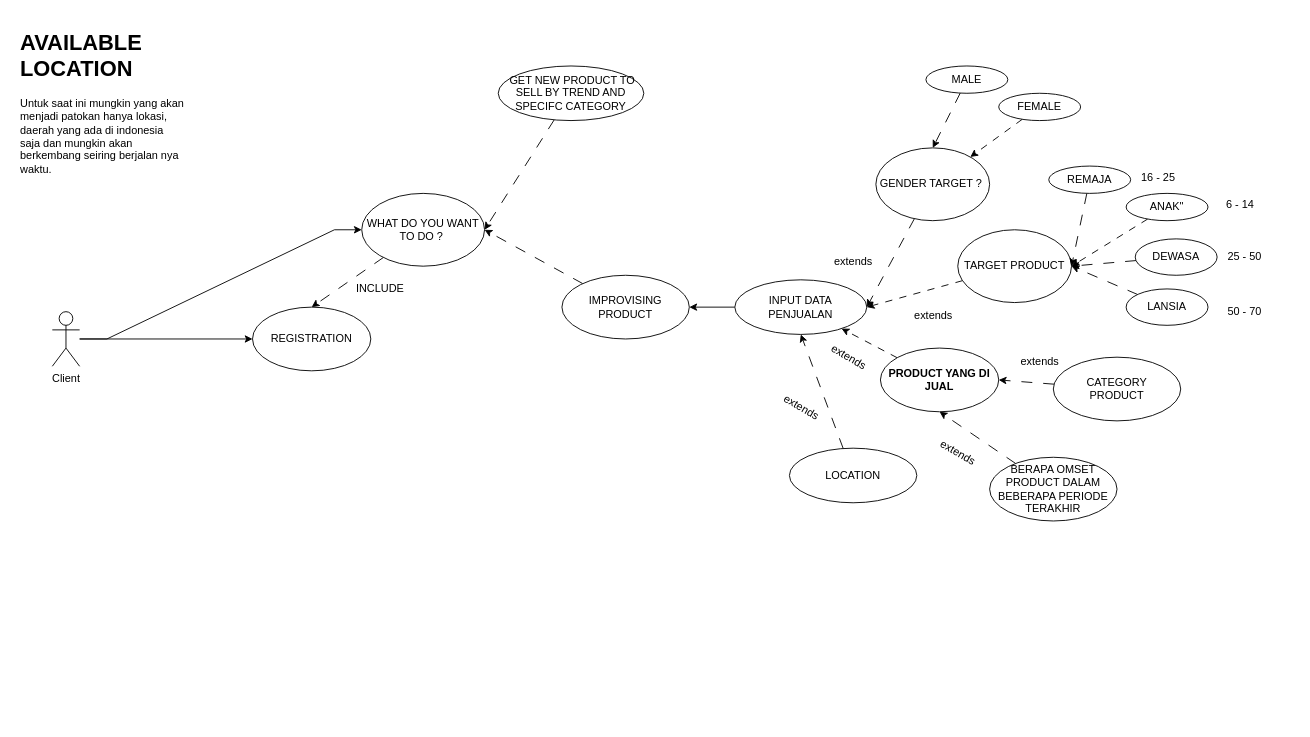
Earlier version of the draw.io diagram chart-drawIo/HACKER_SUBSMISSION_USECASE_SEQUENCE.drawio (azzaky9/hackfest-2024-web-app). Source tidied: cells renumbered, new cells numbered last; positions are measured from the earlier drawing's top-left corner, leaving out a move shared by most shapes. Both pictures are drawn from the tidied source at 91%, with x=0, y=0 at pixel (15, 25).
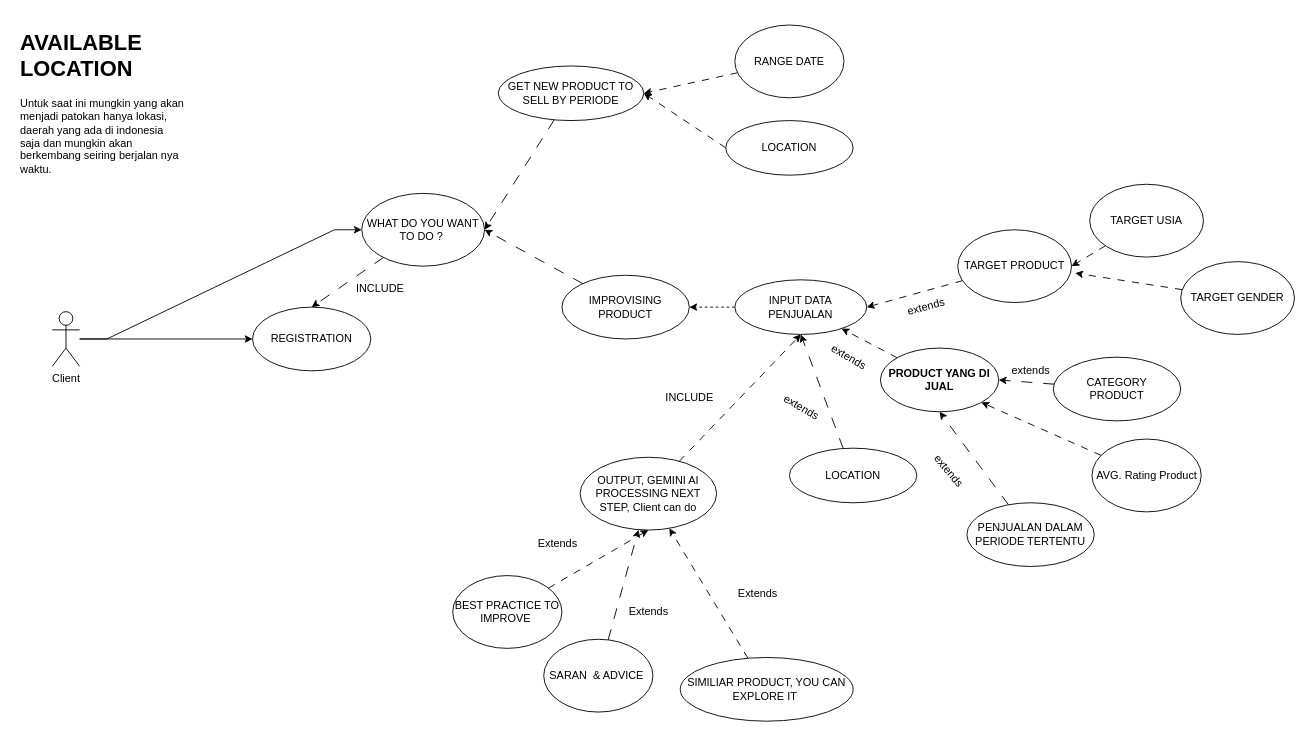
The same page after the edit.

The change refers to these unchanged cells:
```xml
<mxCell id="7" value="INPUT DATA &lt;br&gt;PENJUALAN" style="ellipse;whiteSpace=wrap;html=1;" parent="1" vertex="1">
  <mxGeometry x="790" y="280" width="145" height="60" as="geometry" />
</mxCell>
<mxCell id="9" value="&lt;b&gt;PRODUCT YANG DI JUAL&lt;/b&gt;" style="ellipse;whiteSpace=wrap;html=1;" parent="1" vertex="1">
  <mxGeometry x="950" y="355" width="130" height="70" as="geometry" />
</mxCell>
<mxCell id="17" value="IMPROVISING PRODUCT" style="ellipse;whiteSpace=wrap;html=1;" parent="1" vertex="1">
  <mxGeometry x="600" y="275" width="140" height="70" as="geometry" />
</mxCell>
<mxCell id="26" value="TARGET PRODUCT" style="ellipse;whiteSpace=wrap;html=1;" parent="1" vertex="1">
  <mxGeometry x="1035" y="225" width="125" height="80" as="geometry" />
</mxCell>
```

The edit, as a diff of the source:
```diff
@@
-    <mxCell id="6" style="edgeStyle=orthogonalEdgeStyle;rounded=0;jettySize=auto;html=1;" parent="1" edge="1" source="7" target="17">
+    <mxCell id="6" style="edgeStyle=orthogonalEdgeStyle;rounded=0;jettySize=auto;html=1;dashed=1;" parent="1" edge="1" source="7" target="17">
       <mxGeometry relative="1" as="geometry" />
     </mxCell>
@@
     <mxCell id="10" value="extends" style="text;html=1;align=center;verticalAlign=middle;strokeColor=none;fillColor=none;rotation=0;" parent="1" vertex="1">
-      <mxGeometry x="1090" y="355" width="70" height="30" as="geometry" />
+      <mxGeometry x="1080" y="365" width="70" height="30" as="geometry" />
     </mxCell>
@@
-    <mxCell id="20" value="&amp;nbsp;GET NEW PRODUCT TO SELL BY TREND AND SPECIFC CATEGORY" style="ellipse;whiteSpace=wrap;html=1;" parent="1" vertex="1">
+    <mxCell id="20" value="GET NEW PRODUCT TO SELL BY PERIODE" style="ellipse;whiteSpace=wrap;html=1;" parent="1" vertex="1">
       <mxGeometry x="530" y="45" width="160" height="60" as="geometry" />
     </mxCell>
@@
-    <mxCell id="23" value="BERAPA OMSET PRODUCT DALAM BEBERAPA PERIODE TERAKHIR" style="ellipse;whiteSpace=wrap;html=1;" parent="1" vertex="1">
-      <mxGeometry x="1070" y="475" width="140" height="70" as="geometry" />
+    <mxCell id="23" value="PENJUALAN DALAM PERIODE TERTENTU" style="ellipse;whiteSpace=wrap;html=1;" parent="1" vertex="1">
+      <mxGeometry x="1045" y="525" width="140" height="70" as="geometry" />
     </mxCell>
-    <mxCell id="24" value="extends" style="text;html=1;align=center;verticalAlign=middle;strokeColor=none;fillColor=none;rotation=30;" parent="1" vertex="1">
-      <mxGeometry x="1000" y="455" width="70" height="30" as="geometry" />
+    <mxCell id="24" value="extends" style="text;html=1;align=center;verticalAlign=middle;strokeColor=none;fillColor=none;rotation=50;" parent="1" vertex="1">
+      <mxGeometry x="990" y="475" width="70" height="30" as="geometry" />
     </mxCell>
@@
-    <mxCell id="27" style="rounded=0;jettySize=auto;html=1;entryX=1;entryY=0.5;entryDx=0;entryDy=0;dashed=1;dashPattern=8 8;" parent="1" edge="1" source="28" target="26">
-      <mxGeometry relative="1" as="geometry" />
-    </mxCell>
-    <mxCell id="28" value="ANAK&quot;" style="ellipse;whiteSpace=wrap;html=1;" parent="1" vertex="1">
-      <mxGeometry x="1220" y="185" width="90" height="30" as="geometry" />
-    </mxCell>
-    <mxCell id="29" style="rounded=0;jettySize=auto;html=1;entryX=1;entryY=0.5;entryDx=0;entryDy=0;dashed=1;dashPattern=12 12;" parent="1" edge="1" source="30" target="26">
-      <mxGeometry relative="1" as="geometry" />
-    </mxCell>
-    <mxCell id="30" value="DEWASA" style="ellipse;whiteSpace=wrap;html=1;" parent="1" vertex="1">
-      <mxGeometry x="1230" y="235" width="90" height="40" as="geometry" />
-    </mxCell>
-    <mxCell id="31" style="rounded=0;jettySize=auto;html=1;entryX=1;entryY=0.5;entryDx=0;entryDy=0;dashed=1;dashPattern=12 12;" parent="1" edge="1" source="32" target="26">
-      <mxGeometry relative="1" as="geometry" />
-    </mxCell>
-    <mxCell id="32" value="LANSIA" style="ellipse;whiteSpace=wrap;html=1;" parent="1" vertex="1">
-      <mxGeometry x="1220" y="290" width="90" height="40" as="geometry" />
-    </mxCell>
-    <mxCell id="33" value="6 - 14" style="text;html=1;align=center;verticalAlign=middle;strokeColor=none;fillColor=none;" parent="1" vertex="1">
-      <mxGeometry x="1320" y="183" width="50" height="30" as="geometry" />
-    </mxCell>
-    <mxCell id="34" value="25 - 50" style="text;html=1;align=center;verticalAlign=middle;strokeColor=none;fillColor=none;" parent="1" vertex="1">
-      <mxGeometry x="1320" y="240" width="60" height="30" as="geometry" />
-    </mxCell>
-    <mxCell id="35" value="50 - 70" style="text;html=1;align=center;verticalAlign=middle;strokeColor=none;fillColor=none;" parent="1" vertex="1">
-      <mxGeometry x="1320" y="300" width="60" height="30" as="geometry" />
-    </mxCell>
-    <mxCell id="36" style="rounded=0;jettySize=auto;html=1;entryX=1;entryY=0.5;entryDx=0;entryDy=0;dashed=1;dashPattern=12 12;" parent="1" edge="1" source="37" target="26">
-      <mxGeometry relative="1" as="geometry" />
-    </mxCell>
-    <mxCell id="37" value="REMAJA" style="ellipse;whiteSpace=wrap;html=1;" parent="1" vertex="1">
-      <mxGeometry x="1135" y="155" width="90" height="30" as="geometry" />
-    </mxCell>
-    <mxCell id="38" value="16 - 25" style="text;html=1;align=center;verticalAlign=middle;strokeColor=none;fillColor=none;" parent="1" vertex="1">
-      <mxGeometry x="1225" y="153" width="60" height="30" as="geometry" />
-    </mxCell>
-    <mxCell id="39" style="rounded=0;jettySize=auto;html=1;entryX=1;entryY=0.5;entryDx=0;entryDy=0;dashed=1;dashPattern=12 12;" parent="1" edge="1" source="40" target="7">
-      <mxGeometry relative="1" as="geometry" />
-    </mxCell>
-    <mxCell id="40" value="GENDER TARGET ?&amp;nbsp;" style="ellipse;whiteSpace=wrap;html=1;" parent="1" vertex="1">
-      <mxGeometry x="945" y="135" width="125" height="80" as="geometry" />
-    </mxCell>
-    <mxCell id="41" style="rounded=0;jettySize=auto;html=1;entryX=0.5;entryY=0;entryDx=0;entryDy=0;dashed=1;dashPattern=12 12;" parent="1" edge="1" source="42" target="40">
-      <mxGeometry relative="1" as="geometry" />
-    </mxCell>
-    <mxCell id="42" value="MALE" style="ellipse;whiteSpace=wrap;html=1;" parent="1" vertex="1">
-      <mxGeometry x="1000" y="45" width="90" height="30" as="geometry" />
-    </mxCell>
-    <mxCell id="43" style="rounded=0;jettySize=auto;html=1;dashed=1;dashPattern=8 8;" parent="1" edge="1" source="44" target="40">
-      <mxGeometry relative="1" as="geometry" />
-    </mxCell>
-    <mxCell id="44" value="FEMALE" style="ellipse;whiteSpace=wrap;html=1;" parent="1" vertex="1">
-      <mxGeometry x="1080" y="75" width="90" height="30" as="geometry" />
-    </mxCell>
@@
-    <mxCell id="48" value="extends" style="text;html=1;align=center;verticalAlign=middle;strokeColor=none;fillColor=none;rotation=0;" parent="1" vertex="1">
-      <mxGeometry x="885" y="245" width="70" height="30" as="geometry" />
-    </mxCell>
-    <mxCell id="49" value="extends" style="text;html=1;align=center;verticalAlign=middle;strokeColor=none;fillColor=none;rotation=0;" parent="1" vertex="1">
-      <mxGeometry x="972.5" y="305" width="70" height="30" as="geometry" />
+    <mxCell id="49" value="extends" style="text;html=1;align=center;verticalAlign=middle;strokeColor=none;fillColor=none;rotation=-15;" parent="1" vertex="1">
+      <mxGeometry x="965" y="295" width="70" height="30" as="geometry" />
     </mxCell>
+    <mxCell id="50" value="TARGET USIA" style="ellipse;whiteSpace=wrap;html=1;" parent="1" vertex="1">
+      <mxGeometry x="1180" y="175" width="125" height="80" as="geometry" />
+    </mxCell>
+    <mxCell id="51" value="TARGET GENDER" style="ellipse;whiteSpace=wrap;html=1;" parent="1" vertex="1">
+      <mxGeometry x="1280" y="260" width="125" height="80" as="geometry" />
+    </mxCell>
+    <mxCell id="52" style="rounded=0;jettySize=auto;html=1;entryX=1;entryY=0.5;entryDx=0;entryDy=0;dashed=1;dashPattern=8 8;" parent="1" edge="1" source="50" target="26">
+      <mxGeometry relative="1" as="geometry" />
+    </mxCell>
+    <mxCell id="53" style="rounded=0;jettySize=auto;html=1;entryX=1.033;entryY=0.596;entryDx=0;entryDy=0;entryPerimeter=0;dashed=1;dashPattern=8 8;" parent="1" edge="1" source="51" target="26">
+      <mxGeometry relative="1" as="geometry" />
+    </mxCell>
+    <mxCell id="54" style="rounded=0;jettySize=auto;html=1;dashed=1;dashPattern=8 8;entryX=1;entryY=0.5;entryDx=0;entryDy=0;" parent="1" edge="1" source="55" target="20">
+      <mxGeometry relative="1" as="geometry" />
+    </mxCell>
+    <mxCell id="55" value="RANGE DATE" style="ellipse;whiteSpace=wrap;html=1;" parent="1" vertex="1">
+      <mxGeometry x="790" width="120" height="80" as="geometry" />
+    </mxCell>
+    <mxCell id="56" style="rounded=0;jettySize=auto;html=1;entryX=1;entryY=0.5;entryDx=0;entryDy=0;dashed=1;dashPattern=8 8;exitX=0;exitY=0.5;exitDx=0;exitDy=0;" parent="1" edge="1" source="57" target="20">
+      <mxGeometry relative="1" as="geometry" />
+    </mxCell>
+    <mxCell id="57" value="LOCATION" style="ellipse;whiteSpace=wrap;html=1;" parent="1" vertex="1">
+      <mxGeometry x="780" y="105" width="140" height="60" as="geometry" />
+    </mxCell>
+    <mxCell id="58" style="rounded=0;jettySize=auto;html=1;entryX=1;entryY=1;entryDx=0;entryDy=0;dashed=1;dashPattern=8 8;" parent="1" edge="1" source="59" target="9">
+      <mxGeometry relative="1" as="geometry" />
+    </mxCell>
+    <mxCell id="59" value="AVG. Rating Product" style="ellipse;whiteSpace=wrap;html=1;" parent="1" vertex="1">
+      <mxGeometry x="1182.5" y="455" width="120" height="80" as="geometry" />
+    </mxCell>
+    <mxCell id="60" style="rounded=0;jettySize=auto;html=1;entryX=0.5;entryY=1;entryDx=0;entryDy=0;dashed=1;dashPattern=8 8;" parent="1" edge="1" source="61" target="7">
+      <mxGeometry relative="1" as="geometry" />
+    </mxCell>
+    <mxCell id="61" value="OUTPUT, GEMINI AI PROCESSING NEXT STEP, Client can do" style="ellipse;whiteSpace=wrap;html=1;" parent="1" vertex="1">
+      <mxGeometry x="620" y="475" width="150" height="80" as="geometry" />
+    </mxCell>
+    <mxCell id="62" style="rounded=0;jettySize=auto;html=1;entryX=0.5;entryY=1;entryDx=0;entryDy=0;dashed=1;dashPattern=8 8;" parent="1" edge="1" source="63" target="61">
+      <mxGeometry relative="1" as="geometry" />
+    </mxCell>
+    <mxCell id="63" value="BEST PRACTICE TO IMPROVE&amp;nbsp;" style="ellipse;whiteSpace=wrap;html=1;" parent="1" vertex="1">
+      <mxGeometry x="480" y="605" width="120" height="80" as="geometry" />
+    </mxCell>
+    <mxCell id="64" value="INCLUDE" style="text;html=1;align=center;verticalAlign=middle;strokeColor=none;fillColor=none;" parent="1" vertex="1">
+      <mxGeometry x="700" y="395" width="80" height="30" as="geometry" />
+    </mxCell>
+    <mxCell id="65" style="rounded=0;jettySize=auto;html=1;dashed=1;dashPattern=12 12;" parent="1" edge="1" source="66" target="61">
+      <mxGeometry relative="1" as="geometry" />
+    </mxCell>
+    <mxCell id="66" value="SARAN&amp;nbsp; &amp;amp; ADVICE&amp;nbsp;" style="ellipse;whiteSpace=wrap;html=1;" parent="1" vertex="1">
+      <mxGeometry x="580" y="675" width="120" height="80" as="geometry" />
+    </mxCell>
+    <mxCell id="67" value="Extends" style="text;html=1;align=center;verticalAlign=middle;strokeColor=none;fillColor=none;" parent="1" vertex="1">
+      <mxGeometry x="660" y="630" width="70" height="30" as="geometry" />
+    </mxCell>
+    <mxCell id="68" value="Extends" style="text;html=1;align=center;verticalAlign=middle;strokeColor=none;fillColor=none;" parent="1" vertex="1">
+      <mxGeometry x="560" y="555" width="70" height="30" as="geometry" />
+    </mxCell>
+    <mxCell id="69" style="rounded=0;jettySize=auto;html=1;dashed=1;dashPattern=8 8;" parent="1" edge="1" source="70" target="61">
+      <mxGeometry relative="1" as="geometry" />
+    </mxCell>
+    <mxCell id="70" value="SIMILIAR PRODUCT, YOU CAN EXPLORE IT&amp;nbsp;" style="ellipse;whiteSpace=wrap;html=1;" parent="1" vertex="1">
+      <mxGeometry x="730" y="695" width="190" height="70" as="geometry" />
+    </mxCell>
+    <mxCell id="71" value="Extends" style="text;html=1;align=center;verticalAlign=middle;strokeColor=none;fillColor=none;" parent="1" vertex="1">
+      <mxGeometry x="780" y="610" width="70" height="30" as="geometry" />
+    </mxCell>
```
